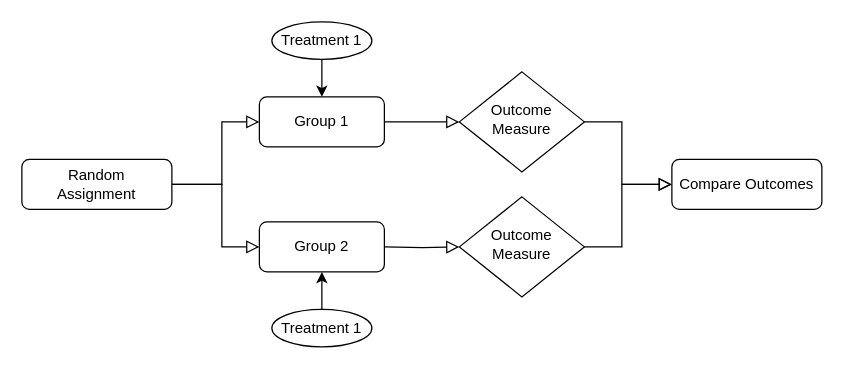
Earlier version of the draw.io diagram ExperimentSlide.drawio (yilihong/draw.io). Source tidied: cells renumbered, new cells numbered last; positions are measured from the earlier drawing's top-left corner, leaving out a move shared by most shapes. Both pictures are drawn from the tidied source at 125%, with x=0, y=0 at pixel (21, 21).
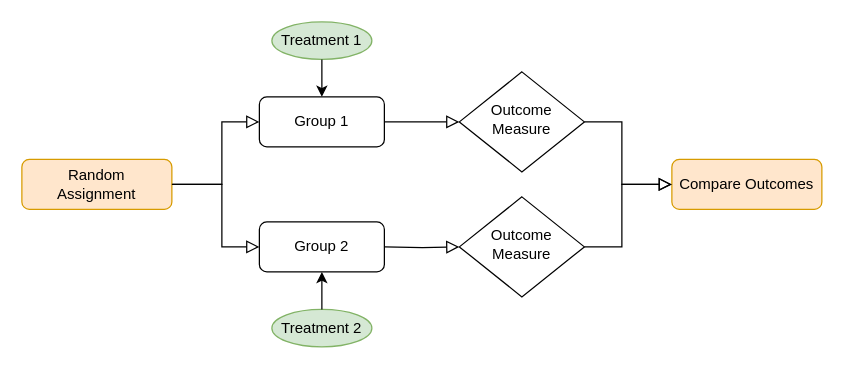
Above is the later version.

Diff of the diagram source:
```diff
@@
-    <mxCell id="3" value="Random&lt;br&gt;Assignment" style="rounded=1;whiteSpace=wrap;html=1;fontSize=12;glass=0;strokeWidth=1;shadow=0;" parent="1" vertex="1">
+    <mxCell id="3" value="Random&lt;br&gt;Assignment" style="rounded=1;whiteSpace=wrap;html=1;fontSize=12;glass=0;strokeWidth=1;shadow=0;fillColor=#ffe6cc;strokeColor=#d79b00;" parent="1" vertex="1">
       <mxGeometry y="110" width="120" height="40" as="geometry" />
     </mxCell>
@@
-    <mxCell id="6" value="Compare Outcomes" style="rounded=1;whiteSpace=wrap;html=1;fontSize=12;glass=0;strokeWidth=1;shadow=0;" parent="1" vertex="1">
+    <mxCell id="6" value="Compare Outcomes" style="rounded=1;whiteSpace=wrap;html=1;fontSize=12;glass=0;strokeWidth=1;shadow=0;fillColor=#ffe6cc;strokeColor=#d79b00;" parent="1" vertex="1">
       <mxGeometry x="520" y="110" width="120" height="40" as="geometry" />
     </mxCell>
@@
-    <mxCell id="14" value="Treatment 1" style="ellipse;whiteSpace=wrap;html=1;rounded=0;" parent="1" vertex="1">
+    <mxCell id="14" value="Treatment 1" style="ellipse;whiteSpace=wrap;html=1;rounded=0;fillColor=#d5e8d4;strokeColor=#82b366;" parent="1" vertex="1">
       <mxGeometry x="200" width="80" height="30" as="geometry" />
     </mxCell>
-    <mxCell id="15" value="Treatment 1" style="ellipse;whiteSpace=wrap;html=1;rounded=0;" parent="1" vertex="1">
+    <mxCell id="15" value="Treatment 2" style="ellipse;whiteSpace=wrap;html=1;rounded=0;fillColor=#d5e8d4;strokeColor=#82b366;" parent="1" vertex="1">
       <mxGeometry x="200" y="230" width="80" height="30" as="geometry" />
     </mxCell>
```
